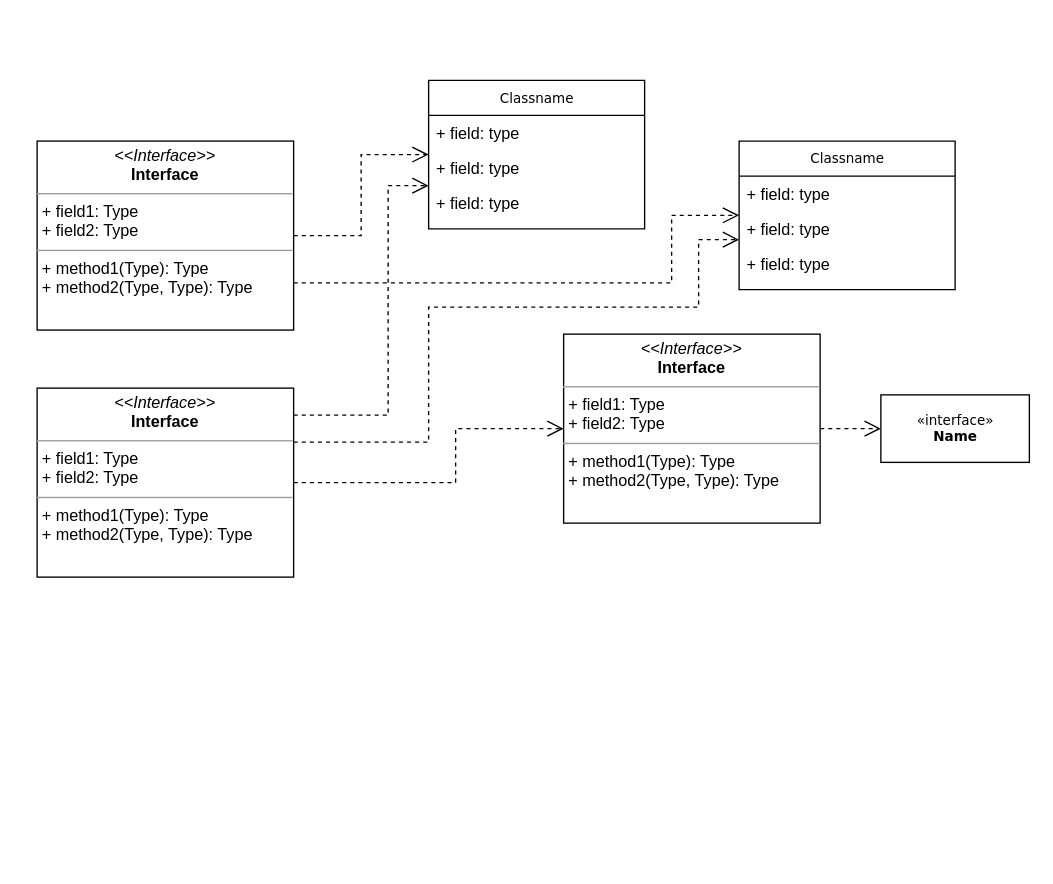
Above: pkbattle.drawio in rune42/pkbattle (draw.io), before the change. Source tidied: cells renumbered, new cells numbered last; positions are measured from the earlier drawing's top-left corner, leaving out a move shared by most shapes. Both pictures are drawn from the tidied source at 135%, with x=0, y=0 at pixel (36, 80).
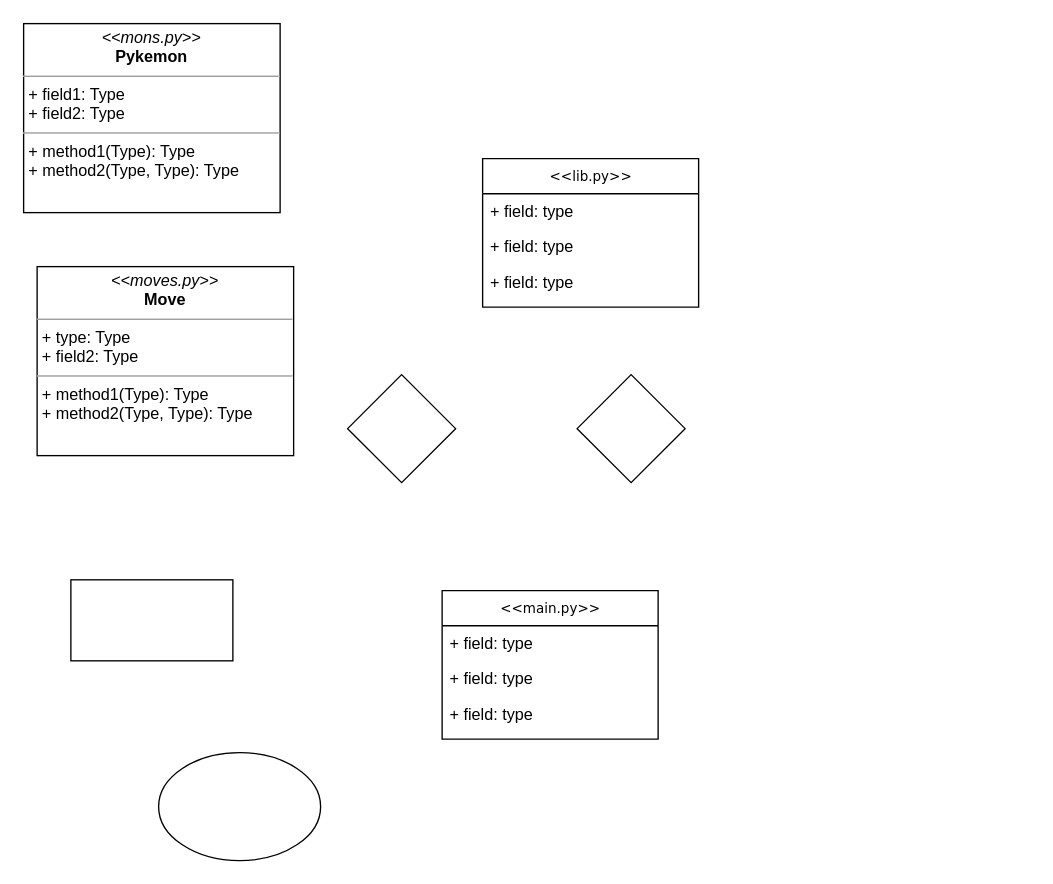
Above is the later version.

Change to the diagram source:
```diff
@@
-    <mxCell id="2" value="Classname" style="swimlane;html=1;fontStyle=0;horizontal=1;startSize=26;fillColor=none;swimlaneFillColor=#ffffff;rounded=0;shadow=0;comic=0;labelBackgroundColor=none;strokeWidth=1;fontFamily=Verdana;fontSize=10;align=center;" parent="1" vertex="1">
-      <mxGeometry x="290" width="160" height="110" as="geometry" />
+    <mxCell id="2" value="&lt;div&gt;&amp;lt;&amp;lt;lib.py&amp;gt;&amp;gt;&lt;/div&gt;" style="swimlane;html=1;fontStyle=0;horizontal=1;startSize=26;fillColor=none;swimlaneFillColor=#ffffff;rounded=0;shadow=0;comic=0;labelBackgroundColor=none;strokeWidth=1;fontFamily=Verdana;fontSize=10;align=center;" parent="1" vertex="1">
+      <mxGeometry x="330" y="58" width="160" height="110" as="geometry" />
     </mxCell>
@@
-    <mxCell id="6" value="Classname" style="swimlane;html=1;fontStyle=0;horizontal=1;startSize=26;fillColor=none;swimlaneFillColor=#ffffff;rounded=0;shadow=0;comic=0;labelBackgroundColor=none;strokeWidth=1;fontFamily=Verdana;fontSize=10;align=center;" parent="1" vertex="1">
-      <mxGeometry x="520" y="45" width="160" height="110" as="geometry" />
-    </mxCell>
+    <mxCell id="11" value="&lt;p style=&quot;margin:0px;margin-top:4px;text-align:center;&quot;&gt;&lt;i&gt;&amp;lt;&amp;lt;mons.py&amp;gt;&amp;gt;&lt;/i&gt;&lt;b&gt;&lt;br&gt;Pykemon&lt;/b&gt;&lt;br&gt;&lt;/p&gt;&lt;hr size=&quot;1&quot;&gt;&lt;p style=&quot;margin:0px;margin-left:4px;&quot;&gt;+ field1: Type&lt;br&gt;+ field2: Type&lt;/p&gt;&lt;hr size=&quot;1&quot;&gt;&lt;p style=&quot;margin:0px;margin-left:4px;&quot;&gt;+ method1(Type): Type&lt;br&gt;+ method2(Type, Type): Type&lt;/p&gt;" style="verticalAlign=top;align=left;overflow=fill;fontSize=12;fontFamily=Helvetica;html=1;rounded=0;shadow=0;comic=0;labelBackgroundColor=none;strokeWidth=1;" parent="1" vertex="1">
+      <mxGeometry x="-10" y="-42" width="190" height="140" as="geometry" />
+    </mxCell>
+    <mxCell id="19" value="&lt;p style=&quot;margin:0px;margin-top:4px;text-align:center;&quot;&gt;&lt;i&gt;&amp;lt;&amp;lt;moves.py&amp;gt;&amp;gt;&lt;/i&gt;&lt;b&gt;&lt;br&gt;Move&lt;/b&gt;&lt;br&gt;&lt;/p&gt;&lt;hr size=&quot;1&quot;&gt;&lt;p style=&quot;margin:0px;margin-left:4px;&quot;&gt;+ type: Type&lt;br&gt;+ field2: Type&lt;/p&gt;&lt;hr size=&quot;1&quot;&gt;&lt;p style=&quot;margin:0px;margin-left:4px;&quot;&gt;+ method1(Type): Type&lt;br&gt;+ method2(Type, Type): Type&lt;/p&gt;" style="verticalAlign=top;align=left;overflow=fill;fontSize=12;fontFamily=Helvetica;html=1;rounded=0;shadow=0;comic=0;labelBackgroundColor=none;strokeWidth=1;" parent="1" vertex="1">
+      <mxGeometry y="138" width="190" height="140" as="geometry" />
+    </mxCell>
+    <mxCell id="20" value="&lt;div&gt;&amp;lt;&amp;lt;main.py&amp;gt;&amp;gt;&lt;/div&gt;" style="swimlane;html=1;fontStyle=0;horizontal=1;startSize=26;fillColor=none;swimlaneFillColor=#ffffff;rounded=0;shadow=0;comic=0;labelBackgroundColor=none;strokeWidth=1;fontFamily=Verdana;fontSize=10;align=center;" parent="1" vertex="1">
+      <mxGeometry x="300" y="378" width="160" height="110" as="geometry" />
+    </mxCell>
-    <mxCell id="7" value="+ field: type" style="text;html=1;strokeColor=none;fillColor=none;align=left;verticalAlign=top;spacingLeft=4;spacingRight=4;whiteSpace=wrap;overflow=hidden;" parent="6" vertex="1">
+    <mxCell id="7" value="+ field: type" style="text;html=1;strokeColor=none;fillColor=none;align=left;verticalAlign=top;spacingLeft=4;spacingRight=4;whiteSpace=wrap;overflow=hidden;" parent="20" vertex="1">
       <mxGeometry y="26" width="160" height="26" as="geometry" />
     </mxCell>
-    <mxCell id="8" value="+ field: type" style="text;html=1;strokeColor=none;fillColor=none;align=left;verticalAlign=top;spacingLeft=4;spacingRight=4;whiteSpace=wrap;overflow=hidden;" parent="6" vertex="1">
+    <mxCell id="8" value="+ field: type" style="text;html=1;strokeColor=none;fillColor=none;align=left;verticalAlign=top;spacingLeft=4;spacingRight=4;whiteSpace=wrap;overflow=hidden;" parent="20" vertex="1">
       <mxGeometry y="52" width="160" height="26" as="geometry" />
     </mxCell>
-    <mxCell id="9" value="+ field: type" style="text;html=1;strokeColor=none;fillColor=none;align=left;verticalAlign=top;spacingLeft=4;spacingRight=4;whiteSpace=wrap;overflow=hidden;" parent="6" vertex="1">
+    <mxCell id="9" value="+ field: type" style="text;html=1;strokeColor=none;fillColor=none;align=left;verticalAlign=top;spacingLeft=4;spacingRight=4;whiteSpace=wrap;overflow=hidden;" parent="20" vertex="1">
       <mxGeometry y="78" width="160" height="26" as="geometry" />
     </mxCell>
-    <mxCell id="10" style="edgeStyle=orthogonalEdgeStyle;rounded=0;html=1;dashed=1;labelBackgroundColor=none;startFill=0;endArrow=open;endFill=0;endSize=10;fontFamily=Verdana;fontSize=10;" parent="1" edge="1" source="11" target="12">
-      <mxGeometry relative="1" as="geometry" />
-    </mxCell>
-    <mxCell id="11" value="&lt;p style=&quot;margin:0px;margin-top:4px;text-align:center;&quot;&gt;&lt;i&gt;&amp;lt;&amp;lt;Interface&amp;gt;&amp;gt;&lt;/i&gt;&lt;br/&gt;&lt;b&gt;Interface&lt;/b&gt;&lt;/p&gt;&lt;hr size=&quot;1&quot;/&gt;&lt;p style=&quot;margin:0px;margin-left:4px;&quot;&gt;+ field1: Type&lt;br/&gt;+ field2: Type&lt;/p&gt;&lt;hr size=&quot;1&quot;/&gt;&lt;p style=&quot;margin:0px;margin-left:4px;&quot;&gt;+ method1(Type): Type&lt;br/&gt;+ method2(Type, Type): Type&lt;/p&gt;" style="verticalAlign=top;align=left;overflow=fill;fontSize=12;fontFamily=Helvetica;html=1;rounded=0;shadow=0;comic=0;labelBackgroundColor=none;strokeWidth=1;" parent="1" vertex="1">
-      <mxGeometry x="390" y="188" width="190" height="140" as="geometry" />
-    </mxCell>
-    <mxCell id="12" value="&amp;laquo;interface&amp;raquo;&lt;br&gt;&lt;b&gt;Name&lt;/b&gt;" style="html=1;rounded=0;shadow=0;comic=0;labelBackgroundColor=none;strokeWidth=1;fontFamily=Verdana;fontSize=10;align=center;" parent="1" vertex="1">
-      <mxGeometry x="625" y="233" width="110" height="50" as="geometry" />
-    </mxCell>
-    <mxCell id="13" style="edgeStyle=orthogonalEdgeStyle;rounded=0;html=1;labelBackgroundColor=none;startFill=0;endArrow=open;endFill=0;endSize=10;fontFamily=Verdana;fontSize=10;dashed=1;" parent="1" edge="1" source="15" target="2">
-      <mxGeometry relative="1" as="geometry" />
-    </mxCell>
-    <mxCell id="14" style="edgeStyle=orthogonalEdgeStyle;rounded=0;html=1;exitX=1;exitY=0.75;dashed=1;labelBackgroundColor=none;startFill=0;endArrow=open;endFill=0;endSize=10;fontFamily=Verdana;fontSize=10;" parent="1" edge="1" source="15" target="6">
-      <mxGeometry relative="1" as="geometry">
-        <Array as="points">
-          <mxPoint x="470" y="150" />
-          <mxPoint x="470" y="100" />
-        </Array>
-      </mxGeometry>
-    </mxCell>
-    <mxCell id="15" value="&lt;p style=&quot;margin:0px;margin-top:4px;text-align:center;&quot;&gt;&lt;i&gt;&amp;lt;&amp;lt;Interface&amp;gt;&amp;gt;&lt;/i&gt;&lt;br/&gt;&lt;b&gt;Interface&lt;/b&gt;&lt;/p&gt;&lt;hr size=&quot;1&quot;/&gt;&lt;p style=&quot;margin:0px;margin-left:4px;&quot;&gt;+ field1: Type&lt;br/&gt;+ field2: Type&lt;/p&gt;&lt;hr size=&quot;1&quot;/&gt;&lt;p style=&quot;margin:0px;margin-left:4px;&quot;&gt;+ method1(Type): Type&lt;br/&gt;+ method2(Type, Type): Type&lt;/p&gt;" style="verticalAlign=top;align=left;overflow=fill;fontSize=12;fontFamily=Helvetica;html=1;rounded=0;shadow=0;comic=0;labelBackgroundColor=none;strokeWidth=1;" parent="1" vertex="1">
-      <mxGeometry y="45" width="190" height="140" as="geometry" />
-    </mxCell>
-    <mxCell id="16" style="edgeStyle=orthogonalEdgeStyle;rounded=0;html=1;dashed=1;labelBackgroundColor=none;startFill=0;endArrow=open;endFill=0;endSize=10;fontFamily=Verdana;fontSize=10;" parent="1" edge="1" source="19" target="2">
-      <mxGeometry relative="1" as="geometry">
-        <Array as="points">
-          <mxPoint x="260" y="248" />
-          <mxPoint x="260" y="78" />
-        </Array>
-      </mxGeometry>
-    </mxCell>
-    <mxCell id="17" style="edgeStyle=orthogonalEdgeStyle;rounded=0;html=1;dashed=1;labelBackgroundColor=none;startFill=0;endArrow=open;endFill=0;endSize=10;fontFamily=Verdana;fontSize=10;" parent="1" edge="1" source="19" target="6">
-      <mxGeometry relative="1" as="geometry">
-        <Array as="points">
-          <mxPoint x="290" y="268" />
-          <mxPoint x="290" y="168" />
-          <mxPoint x="490" y="168" />
-          <mxPoint x="490" y="118" />
-        </Array>
-      </mxGeometry>
-    </mxCell>
-    <mxCell id="18" style="edgeStyle=orthogonalEdgeStyle;rounded=0;html=1;dashed=1;labelBackgroundColor=none;startFill=0;endArrow=open;endFill=0;endSize=10;fontFamily=Verdana;fontSize=10;" parent="1" edge="1" source="19" target="11">
-      <mxGeometry relative="1" as="geometry">
-        <Array as="points">
-          <mxPoint x="310" y="298" />
-          <mxPoint x="310" y="258" />
-        </Array>
-      </mxGeometry>
-    </mxCell>
-    <mxCell id="19" value="&lt;p style=&quot;margin:0px;margin-top:4px;text-align:center;&quot;&gt;&lt;i&gt;&amp;lt;&amp;lt;Interface&amp;gt;&amp;gt;&lt;/i&gt;&lt;br/&gt;&lt;b&gt;Interface&lt;/b&gt;&lt;/p&gt;&lt;hr size=&quot;1&quot;/&gt;&lt;p style=&quot;margin:0px;margin-left:4px;&quot;&gt;+ field1: Type&lt;br/&gt;+ field2: Type&lt;/p&gt;&lt;hr size=&quot;1&quot;/&gt;&lt;p style=&quot;margin:0px;margin-left:4px;&quot;&gt;+ method1(Type): Type&lt;br/&gt;+ method2(Type, Type): Type&lt;/p&gt;" style="verticalAlign=top;align=left;overflow=fill;fontSize=12;fontFamily=Helvetica;html=1;rounded=0;shadow=0;comic=0;labelBackgroundColor=none;strokeWidth=1;" parent="1" vertex="1">
-      <mxGeometry y="228" width="190" height="140" as="geometry" />
-    </mxCell>
+    <mxCell id="21" style="rhombus;whiteSpace=wrap;html=1;" parent="1" vertex="1">
+      <mxGeometry x="400" y="218" width="80" height="80" as="geometry" />
+    </mxCell>
+    <mxCell id="22" style="rhombus;whiteSpace=wrap;html=1;" parent="1" vertex="1">
+      <mxGeometry x="230" y="218" width="80" height="80" as="geometry" />
+    </mxCell>
+    <mxCell id="23" style="rounded=0;whiteSpace=wrap;html=1;" parent="1" vertex="1">
+      <mxGeometry x="25" y="370" width="120" height="60" as="geometry" />
+    </mxCell>
+    <mxCell id="24" style="ellipse;whiteSpace=wrap;html=1;" parent="1" vertex="1">
+      <mxGeometry x="90" y="498" width="120" height="80" as="geometry" />
+    </mxCell>
```
